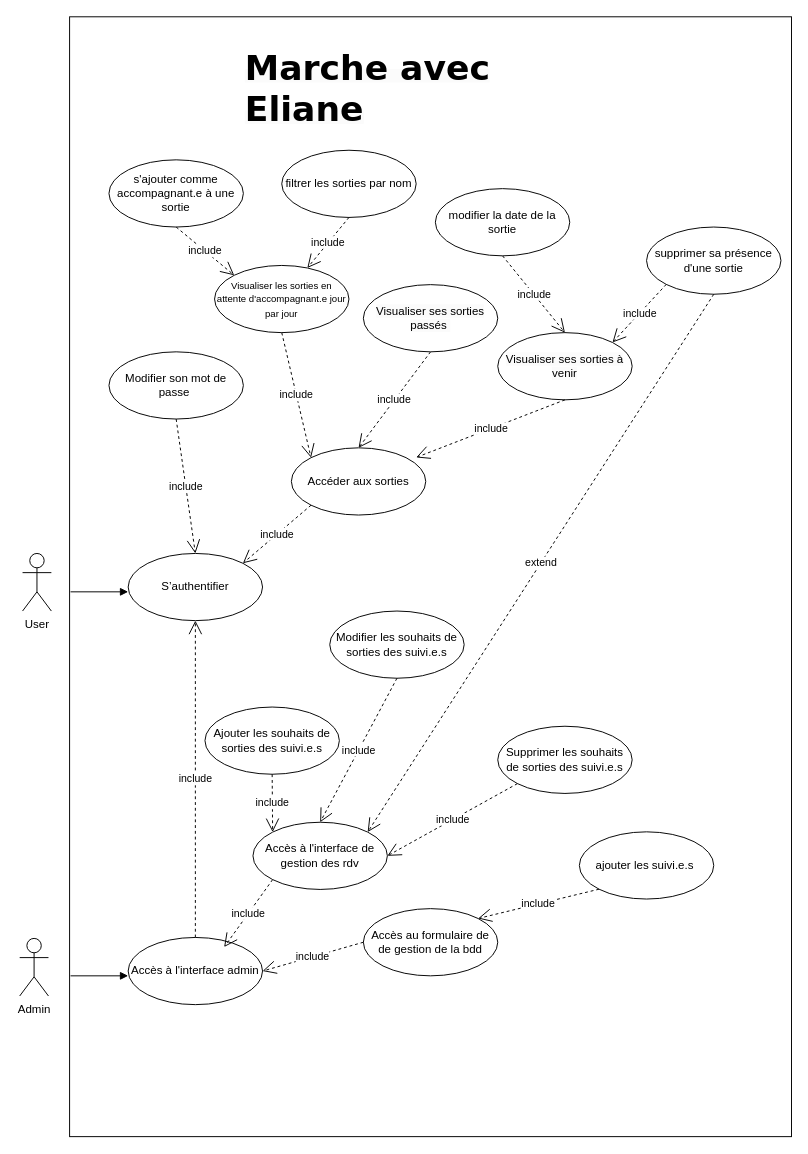
Before: page "UserCaseDiagram_MaE" (4 of 4) of MCD_MaE.drawio in AnneGicquel/MCD_Marche_avec_Eliane, a draw.io diagram. Source tidied: cells renumbered, new cells numbered last; positions are measured from the earlier drawing's top-left corner, leaving out a move shared by most shapes. Both pictures are drawn from the tidied source at 96%, with x=0, y=0 at pixel (19, 16).
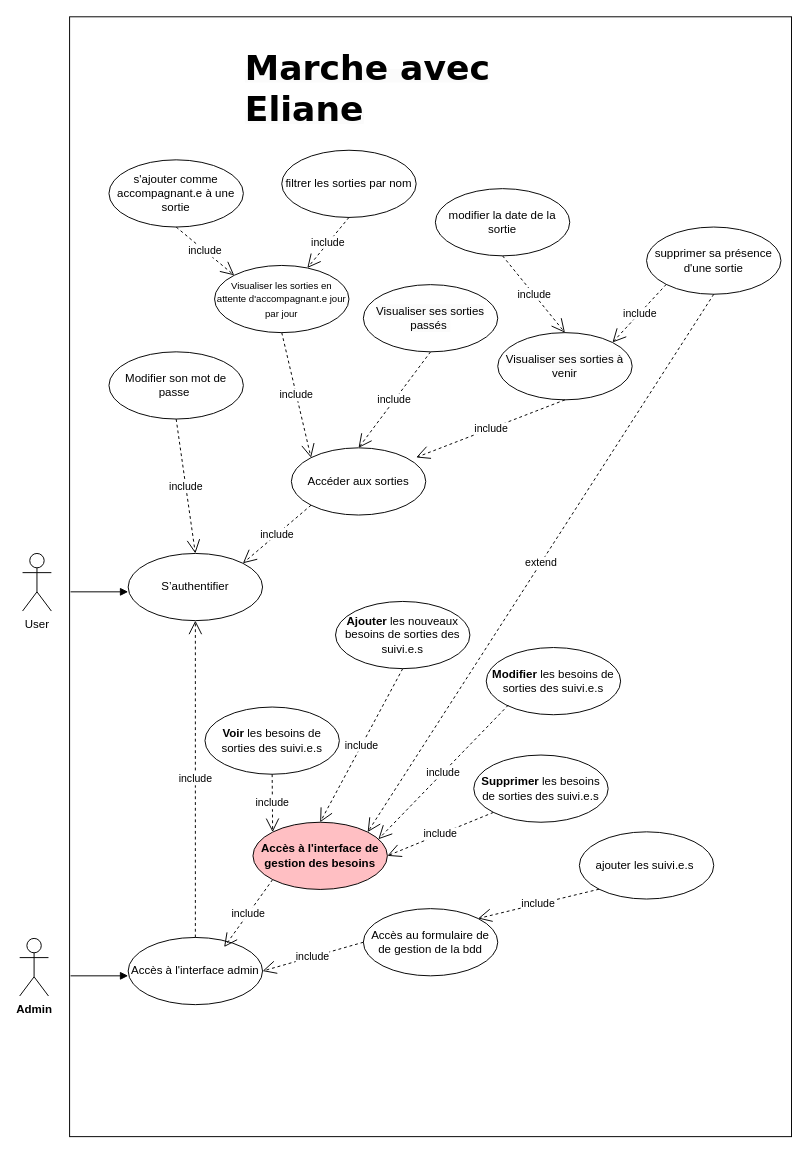
The same page after the edit.

Commit message:
Mettre à jour MCD_MaE.drawio

Diff of the diagram source:
```diff
@@
-    <mxCell id="4" value="Admin" style="shape=umlActor;verticalLabelPosition=bottom;verticalAlign=top;html=1;" parent="1" vertex="1">
+    <mxCell id="4" value="&lt;span&gt;Admin&lt;/span&gt;" style="shape=umlActor;verticalLabelPosition=bottom;verticalAlign=top;html=1;fontStyle=1;" parent="1" vertex="1">
       <mxGeometry y="960" width="30" height="60" as="geometry" />
     </mxCell>
@@
-    <mxCell id="28" value="Accès à l'interface de gestion des rdv" style="ellipse;whiteSpace=wrap;html=1;" parent="1" vertex="1">
+    <mxCell id="28" value="Accès à l'interface de gestion des besoins" style="ellipse;whiteSpace=wrap;html=1;fontStyle=1;fillColor=#FFBFC3;" parent="1" vertex="1">
       <mxGeometry x="243" y="839" width="140" height="70" as="geometry" />
     </mxCell>
@@
-    <mxCell id="30" value="Ajouter les souhaits de sorties des suivi.e.s" style="ellipse;whiteSpace=wrap;html=1;" parent="1" vertex="1">
+    <mxCell id="30" value="&lt;b&gt;Voir&lt;/b&gt;&amp;nbsp;les besoins de sorties des suivi.e.s" style="ellipse;whiteSpace=wrap;html=1;" parent="1" vertex="1">
       <mxGeometry x="193" y="719" width="140" height="70" as="geometry" />
     </mxCell>
-    <mxCell id="31" value="Modifier les souhaits de sorties des suivi.e.s" style="ellipse;whiteSpace=wrap;html=1;" parent="1" vertex="1">
-      <mxGeometry x="323" y="619" width="140" height="70" as="geometry" />
+    <mxCell id="31" value="&lt;b&gt;Ajouter&lt;/b&gt; les nouveaux besoins de sorties des suivi.e.s" style="ellipse;whiteSpace=wrap;html=1;" parent="1" vertex="1">
+      <mxGeometry x="329" y="609" width="140" height="70" as="geometry" />
     </mxCell>
-    <mxCell id="32" value="Supprimer les souhaits de sorties des suivi.e.s" style="ellipse;whiteSpace=wrap;html=1;" parent="1" vertex="1">
-      <mxGeometry x="498" y="739" width="140" height="70" as="geometry" />
+    <mxCell id="32" value="&lt;b&gt;Supprimer&lt;/b&gt; les besoins de sorties des suivi.e.s" style="ellipse;whiteSpace=wrap;html=1;" parent="1" vertex="1">
+      <mxGeometry x="473" y="769" width="140" height="70" as="geometry" />
     </mxCell>
@@
+    <mxCell id="42" value="&lt;b&gt;Modifier&lt;/b&gt;&amp;nbsp;les besoins de sorties des suivi.e.s" style="ellipse;whiteSpace=wrap;html=1;" parent="1" vertex="1">
+      <mxGeometry x="486" y="657" width="140" height="70" as="geometry" />
+    </mxCell>
+    <mxCell id="43" value="include" style="endArrow=open;endSize=12;dashed=1;html=1;rounded=0;exitX=0;exitY=1;exitDx=0;exitDy=0;entryX=0.933;entryY=0.253;entryDx=0;entryDy=0;entryPerimeter=0;" parent="1" edge="1" target="28">
+      <mxGeometry relative="1" as="geometry">
+        <mxPoint x="509" y="717" as="sourcePoint" />
+      </mxGeometry>
+    </mxCell>
```
